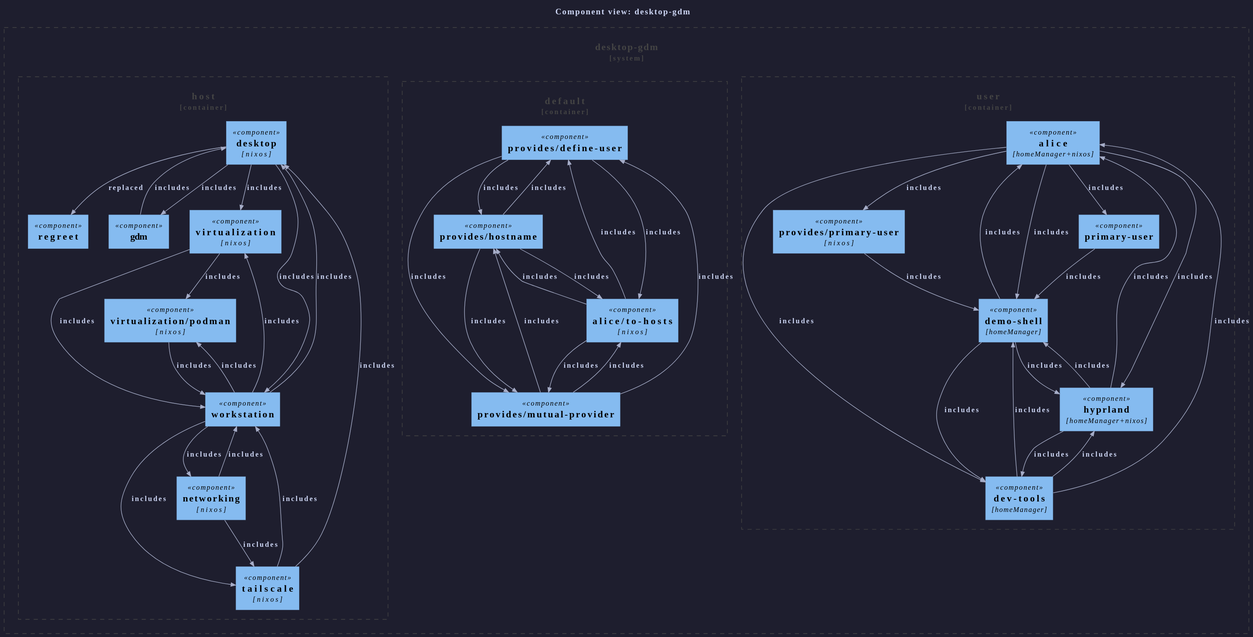
The PlantUML diagram templates/diag-fx-demo/diagrams/desktop-gdm-c4component.puml.svg in sini/den, before a commit. Source of this version:
```plantuml
@startuml
!include <C4/C4_Component>
skinparam backgroundColor #1e1e2e
skinparam defaultFontColor #cdd6f4
skinparam defaultFontName "JetBrains Mono,monospace"
skinparam arrowColor #a6adc8
skinparam arrowFontColor #cdd6f4
skinparam PersonBackgroundColor #313244
skinparam PersonBorderColor #a6adc8
skinparam PersonFontColor #cdd6f4
skinparam SystemBackgroundColor #313244
skinparam SystemBorderColor #a6adc8
skinparam SystemFontColor #cdd6f4
skinparam ContainerBackgroundColor #313244
skinparam ContainerBorderColor #a6adc8
skinparam ContainerFontColor #cdd6f4
skinparam ComponentBackgroundColor #313244
skinparam ComponentBorderColor #a6adc8
skinparam ComponentFontColor #cdd6f4
skinparam BoundaryBackgroundColor #313244
skinparam BoundaryBorderColor #6c7086
skinparam BoundaryFontColor #cdd6f4
skinparam RectangleBackgroundColor #313244
skinparam RectangleBorderColor #a6adc8
skinparam RectangleFontColor #cdd6f4


title Component view: desktop-gdm

System_Boundary(desktop_gdm, "desktop-gdm") {
  Container_Boundary(host, "host") {
    Component(desktop, "desktop", "nixos")
    Component(gdm, "gdm", "")
    Component(networking, "networking", "nixos")
    Component(virtualization__podman, "virtualization/podman", "nixos")
    Component(regreet, "regreet", "")
    Component(tailscale, "tailscale", "nixos")
    Component(virtualization, "virtualization", "nixos")
    Component(workstation, "workstation", "")
}
  Container_Boundary(c4_default, "default") {
    Component(den__provides__define_user, "provides/define-user", "")
    Component(den__provides__hostname, "provides/hostname", "")
    Component(den__provides__mutual_provider, "provides/mutual-provider", "")
    Component(alice__to_hosts, "alice/to-hosts", "nixos")
}
  Container_Boundary(user, "user") {
    Component(alice, "alice", "homeManager+nixos")
    Component(demo_shell, "demo-shell", "homeManager")
    Component(dev_tools, "dev-tools", "homeManager")
    Component(hyprland, "hyprland", "homeManager+nixos")
    Component(primary_user, "primary-user", "")
    Component(den__provides__primary_user, "provides/primary-user", "nixos")
}
}

Rel(alice, demo_shell, "includes")
Rel(alice, dev_tools, "includes")
Rel(alice, hyprland, "includes")
Rel(alice, primary_user, "includes")
Rel(alice, den__provides__primary_user, "includes")
Rel(alice__to_hosts, den__provides__define_user, "includes")
Rel(alice__to_hosts, den__provides__hostname, "includes")
Rel(alice__to_hosts, den__provides__mutual_provider, "includes")
Rel(den__provides__mutual_provider, den__provides__define_user, "includes")
Rel(den__provides__mutual_provider, den__provides__hostname, "includes")
Rel(den__provides__mutual_provider, alice__to_hosts, "includes")
Rel(den__provides__hostname, den__provides__define_user, "includes")
Rel(den__provides__define_user, den__provides__hostname, "includes")
Rel(den__provides__define_user, den__provides__mutual_provider, "includes")
Rel(den__provides__hostname, den__provides__mutual_provider, "includes")
Rel(den__provides__define_user, alice__to_hosts, "includes")
Rel(den__provides__hostname, alice__to_hosts, "includes")
Rel(demo_shell, hyprland, "includes")
Rel(demo_shell, alice, "includes")
Rel(demo_shell, dev_tools, "includes")
Rel(den__provides__primary_user, demo_shell, "includes")
Rel(desktop, gdm, "includes")
Rel(desktop, workstation, "includes")
Rel(desktop, regreet, "replaced")
Rel(desktop, virtualization, "includes")
Rel(dev_tools, alice, "includes")
Rel(dev_tools, demo_shell, "includes")
Rel(dev_tools, hyprland, "includes")
Rel(gdm, desktop, "includes")
Rel(networking, workstation, "includes")
Rel(tailscale, workstation, "includes")
Rel(virtualization, workstation, "includes")
Rel(virtualization__podman, workstation, "includes")
Rel(hyprland, dev_tools, "includes")
Rel(hyprland, alice, "includes")
Rel(hyprland, demo_shell, "includes")
Rel(networking, tailscale, "includes")
Rel(primary_user, demo_shell, "includes")
Rel(tailscale, desktop, "includes")
Rel(virtualization, virtualization__podman, "includes")
Rel(workstation, desktop, "includes")
Rel(workstation, networking, "includes")
Rel(workstation, virtualization__podman, "includes")
Rel(workstation, tailscale, "includes")
Rel(workstation, virtualization, "includes")
@enduml
```
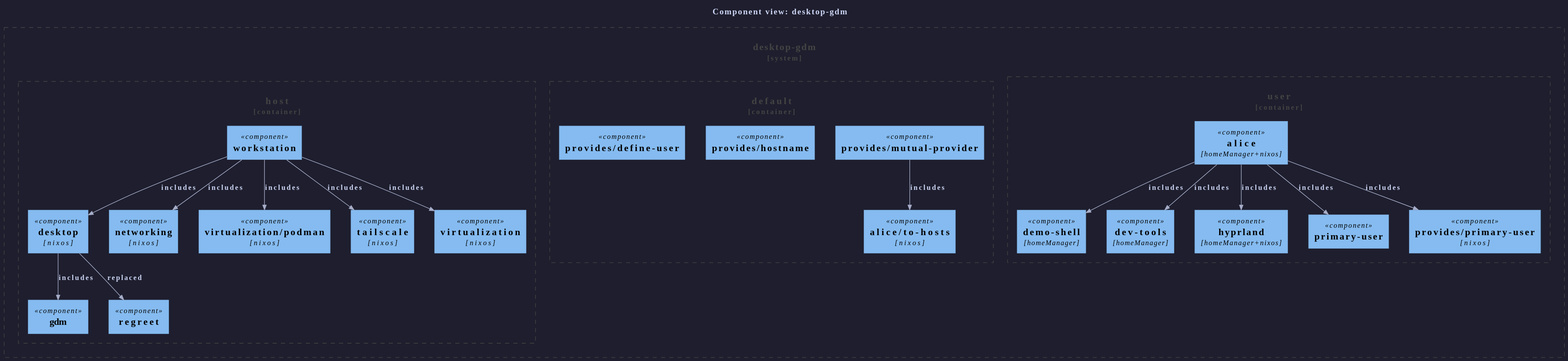
The same diagram one commit later.

Diff of the diagram source:
```diff
@@ -59,41 +59,9 @@
 Rel(alice, hyprland, "includes")
 Rel(alice, primary_user, "includes")
 Rel(alice, den__provides__primary_user, "includes")
-Rel(alice__to_hosts, den__provides__define_user, "includes")
-Rel(alice__to_hosts, den__provides__hostname, "includes")
-Rel(alice__to_hosts, den__provides__mutual_provider, "includes")
-Rel(den__provides__mutual_provider, den__provides__define_user, "includes")
-Rel(den__provides__mutual_provider, den__provides__hostname, "includes")
 Rel(den__provides__mutual_provider, alice__to_hosts, "includes")
-Rel(den__provides__hostname, den__provides__define_user, "includes")
-Rel(den__provides__define_user, den__provides__hostname, "includes")
-Rel(den__provides__define_user, den__provides__mutual_provider, "includes")
-Rel(den__provides__hostname, den__provides__mutual_provider, "includes")
-Rel(den__provides__define_user, alice__to_hosts, "includes")
-Rel(den__provides__hostname, alice__to_hosts, "includes")
-Rel(demo_shell, hyprland, "includes")
-Rel(demo_shell, alice, "includes")
-Rel(demo_shell, dev_tools, "includes")
-Rel(den__provides__primary_user, demo_shell, "includes")
 Rel(desktop, gdm, "includes")
-Rel(desktop, workstation, "includes")
 Rel(desktop, regreet, "replaced")
-Rel(desktop, virtualization, "includes")
-Rel(dev_tools, alice, "includes")
-Rel(dev_tools, demo_shell, "includes")
-Rel(dev_tools, hyprland, "includes")
-Rel(gdm, desktop, "includes")
-Rel(networking, workstation, "includes")
-Rel(tailscale, workstation, "includes")
-Rel(virtualization, workstation, "includes")
-Rel(virtualization__podman, workstation, "includes")
-Rel(hyprland, dev_tools, "includes")
-Rel(hyprland, alice, "includes")
-Rel(hyprland, demo_shell, "includes")
-Rel(networking, tailscale, "includes")
-Rel(primary_user, demo_shell, "includes")
-Rel(tailscale, desktop, "includes")
-Rel(virtualization, virtualization__podman, "includes")
 Rel(workstation, desktop, "includes")
 Rel(workstation, networking, "includes")
 Rel(workstation, virtualization__podman, "includes")
```
